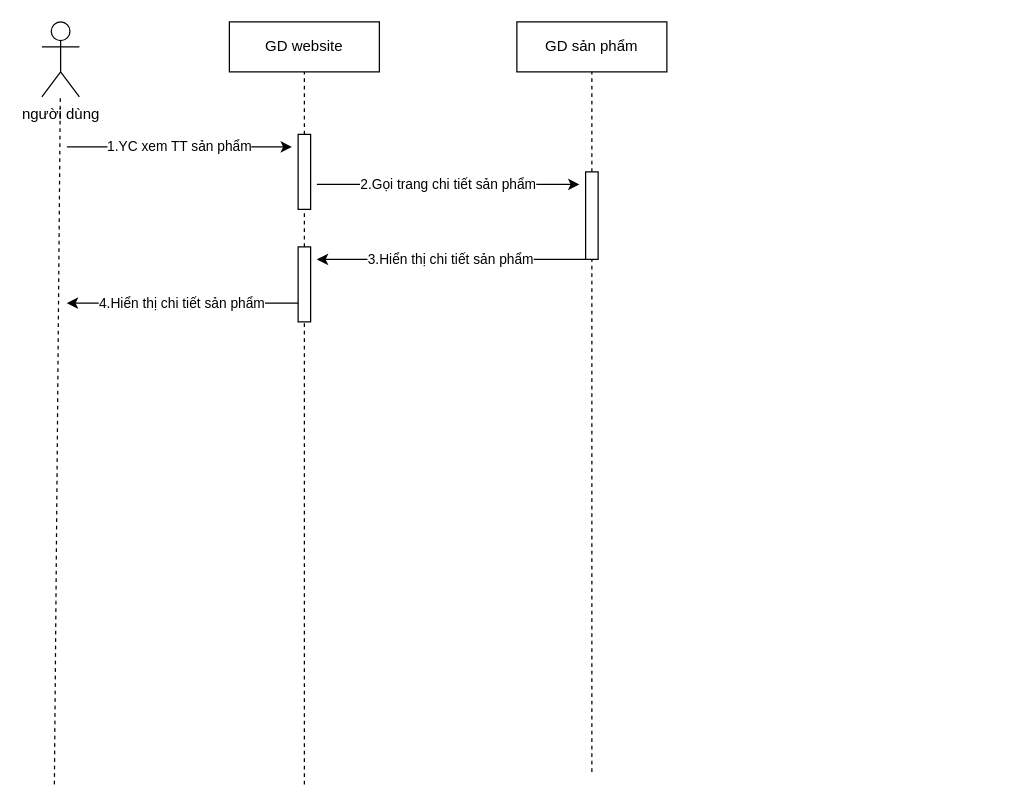
Before: page "Trang-2" (2 of 3) of sequnece.drawio in trucka312/diagram, a draw.io diagram. Source tidied: cells renumbered, new cells numbered last; positions are measured from the earlier drawing's top-left corner, leaving out a move shared by most shapes. Both pictures are drawn from the tidied source at 125%, with x=0, y=0 at pixel (41, 21).
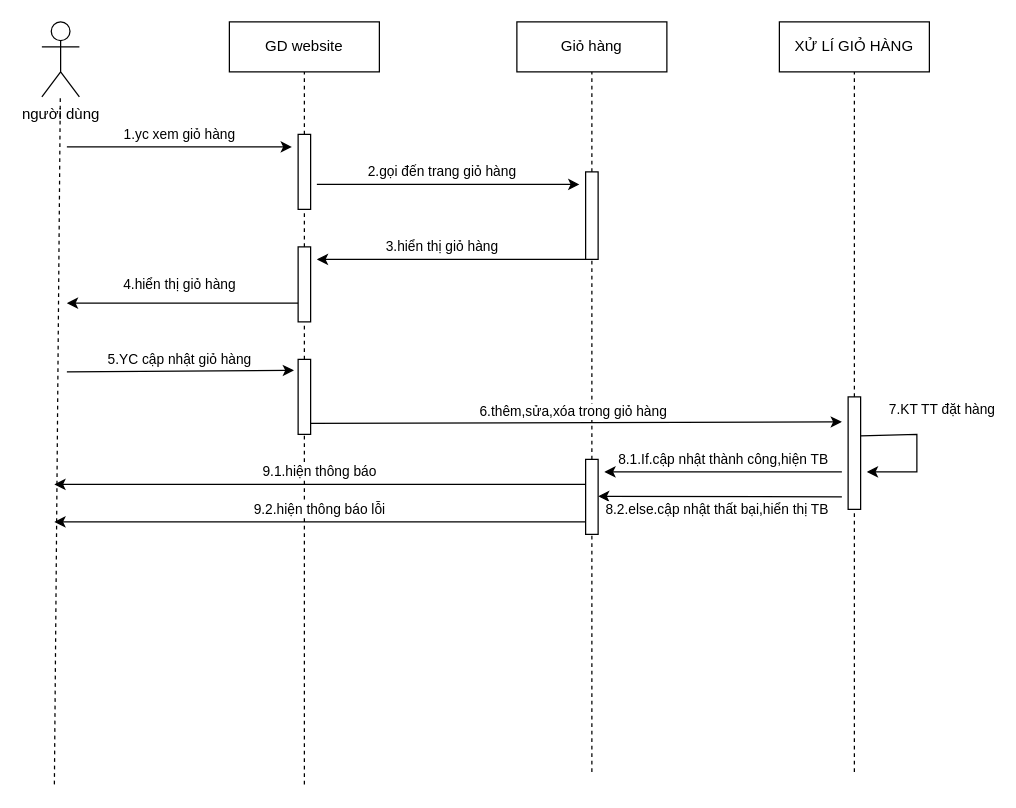
The same diagram, later.

Commit message (it also covers changes not shown here):
Cập nhật sequnece.drawio

Unchanged cells that the change refers to:
```xml
<mxCell id="12" style="rounded=0;whiteSpace=wrap;html=1;" parent="1" vertex="1">
  <mxGeometry x="435" y="120" width="10" height="70" as="geometry" />
</mxCell>
<mxCell id="15" style="rounded=0;whiteSpace=wrap;html=1;" parent="1" vertex="1">
  <mxGeometry x="205" y="180" width="10" height="60" as="geometry" />
</mxCell>
```

Diff of the diagram source:
```diff
@@
-    <mxCell id="4" value="GD sản phẩm" style="rounded=0;whiteSpace=wrap;html=1;" parent="1" vertex="1">
+    <mxCell id="4" value="Giỏ hàng" style="rounded=0;whiteSpace=wrap;html=1;" parent="1" vertex="1">
       <mxGeometry x="380" width="120" height="40" as="geometry" />
     </mxCell>
@@
-    <mxCell id="8" value="1.YC xem TT sản phẩm" style="endArrow=classic;html=1;rounded=0;" parent="1" edge="1">
-      <mxGeometry relative="1" as="geometry">
+    <mxCell id="8" value="1.yc xem giỏ hàng" style="endArrow=classic;html=1;rounded=0;" parent="1" edge="1">
+      <mxGeometry y="10" relative="1" as="geometry">
         <mxPoint x="20" y="100" as="sourcePoint" />
         <mxPoint x="200" y="100" as="targetPoint" />
       </mxGeometry>
     </mxCell>
@@
-    <mxCell id="11" value="2.Gọi trang chi tiết sản phẩm" style="endArrow=classic;html=1;rounded=0;" parent="1" edge="1">
-      <mxGeometry relative="1" as="geometry">
+    <mxCell id="11" value="2.gọi đến trang giỏ hàng" style="endArrow=classic;html=1;rounded=0;" parent="1" edge="1">
+      <mxGeometry x="-0.05" y="10" relative="1" as="geometry">
         <mxPoint x="220" y="130" as="sourcePoint" />
         <mxPoint x="430" y="130" as="targetPoint" />
       </mxGeometry>
     </mxCell>
@@
-    <mxCell id="13" style="endArrow=none;dashed=1;html=1;rounded=0;entryX=0.5;entryY=1;entryDx=0;entryDy=0;" parent="1" edge="1" target="12">
-      <mxGeometry relative="1" as="geometry">
-        <mxPoint x="440" y="600" as="sourcePoint" />
-      </mxGeometry>
+    <mxCell id="13" style="endArrow=none;dashed=1;html=1;rounded=0;entryX=0.5;entryY=1;entryDx=0;entryDy=0;startArrow=none;" parent="1" edge="1" source="28" target="12">
+      <mxGeometry relative="1" as="geometry" />
     </mxCell>
-    <mxCell id="14" value="3.Hiển thị chi tiết sản phẩm" style="endArrow=classic;html=1;rounded=0;" parent="1" edge="1">
-      <mxGeometry relative="1" as="geometry">
+    <mxCell id="14" value="3.hiển thị giỏ hàng" style="endArrow=classic;html=1;rounded=0;" parent="1" edge="1">
+      <mxGeometry x="0.07" y="-10" relative="1" as="geometry">
         <mxPoint x="435" y="190" as="sourcePoint" />
         <mxPoint x="220" y="190" as="targetPoint" />
       </mxGeometry>
     </mxCell>
@@
-    <mxCell id="16" style="endArrow=none;dashed=1;html=1;rounded=0;entryX=0.5;entryY=1;entryDx=0;entryDy=0;" parent="1" edge="1" target="15">
-      <mxGeometry relative="1" as="geometry">
-        <mxPoint x="210" y="610" as="sourcePoint" />
-      </mxGeometry>
+    <mxCell id="16" style="endArrow=none;dashed=1;html=1;rounded=0;entryX=0.5;entryY=1;entryDx=0;entryDy=0;startArrow=none;" parent="1" edge="1" source="20" target="15">
+      <mxGeometry relative="1" as="geometry" />
     </mxCell>
-    <mxCell id="17" value="4.Hiển thị chi tiết sản phẩm" style="endArrow=classic;html=1;rounded=0;exitX=0;exitY=0.75;exitDx=0;exitDy=0;" parent="1" edge="1" source="15">
-      <mxGeometry relative="1" as="geometry">
+    <mxCell id="17" value="4.hiển thị giỏ hàng" style="endArrow=classic;html=1;rounded=0;exitX=0;exitY=0.75;exitDx=0;exitDy=0;" parent="1" edge="1" source="15">
+      <mxGeometry x="0.03" y="-15" relative="1" as="geometry">
         <mxPoint x="20" y="225" as="targetPoint" />
       </mxGeometry>
     </mxCell>
+    <mxCell id="18" value="XỬ LÍ GIỎ HÀNG" style="rounded=0;whiteSpace=wrap;html=1;" parent="1" vertex="1">
+      <mxGeometry x="590" width="120" height="40" as="geometry" />
+    </mxCell>
+    <mxCell id="19" value="5.YC cập nhật giỏ hàng" style="endArrow=classic;html=1;rounded=0;entryX=-0.333;entryY=0.146;entryDx=0;entryDy=0;entryPerimeter=0;" parent="1" edge="1" target="20">
+      <mxGeometry x="-0.01" y="9" relative="1" as="geometry">
+        <mxPoint x="20" y="280" as="sourcePoint" />
+      </mxGeometry>
+    </mxCell>
+    <mxCell id="20" style="rounded=0;whiteSpace=wrap;html=1;" parent="1" vertex="1">
+      <mxGeometry x="205" y="270" width="10" height="60" as="geometry" />
+    </mxCell>
+    <mxCell id="21" style="endArrow=none;dashed=1;html=1;rounded=0;entryX=0.5;entryY=1;entryDx=0;entryDy=0;" parent="1" edge="1" target="20">
+      <mxGeometry relative="1" as="geometry">
+        <mxPoint x="210" y="610" as="sourcePoint" />
+      </mxGeometry>
+    </mxCell>
+    <mxCell id="22" value="6.thêm,sửa,xóa trong giỏ hàng" style="endArrow=classic;html=1;rounded=0;" parent="1" edge="1">
+      <mxGeometry x="-0.01" y="9" relative="1" as="geometry">
+        <mxPoint x="215" y="321.2" as="sourcePoint" />
+        <mxPoint x="640" y="320" as="targetPoint" />
+      </mxGeometry>
+    </mxCell>
+    <mxCell id="23" style="endArrow=none;dashed=1;html=1;rounded=0;entryX=0.5;entryY=1;entryDx=0;entryDy=0;startArrow=none;" parent="1" edge="1" source="24" target="18">
+      <mxGeometry relative="1" as="geometry" />
+    </mxCell>
+    <mxCell id="24" style="rounded=0;whiteSpace=wrap;html=1;" parent="1" vertex="1">
+      <mxGeometry x="645" y="300" width="10" height="90" as="geometry" />
+    </mxCell>
+    <mxCell id="25" style="endArrow=none;dashed=1;html=1;rounded=0;entryX=0.5;entryY=1;entryDx=0;entryDy=0;" parent="1" edge="1" target="24">
+      <mxGeometry relative="1" as="geometry">
+        <mxPoint x="650" y="600" as="sourcePoint" />
+      </mxGeometry>
+    </mxCell>
+    <mxCell id="26" value="7.KT TT đặt hàng" style="endArrow=classic;html=1;rounded=0;" parent="1" edge="1">
+      <mxGeometry x="-0.22" y="28" relative="1" as="geometry">
+        <mxPoint x="655" y="331.2" as="sourcePoint" />
+        <mxPoint x="660" y="360" as="targetPoint" />
+        <Array as="points">
+          <mxPoint x="700" y="330" />
+          <mxPoint x="700" y="360" />
+        </Array>
+        <mxPoint x="-8" y="-20" as="offset" />
+      </mxGeometry>
+    </mxCell>
+    <mxCell id="27" value="8.1.If.cập nhật thành công,hiện TB" style="endArrow=classic;html=1;rounded=0;" parent="1" edge="1">
+      <mxGeometry y="-10" relative="1" as="geometry">
+        <mxPoint x="640" y="360" as="sourcePoint" />
+        <mxPoint x="450" y="360" as="targetPoint" />
+      </mxGeometry>
+    </mxCell>
+    <mxCell id="28" style="rounded=0;whiteSpace=wrap;html=1;" parent="1" vertex="1">
+      <mxGeometry x="435" y="350" width="10" height="60" as="geometry" />
+    </mxCell>
+    <mxCell id="29" style="endArrow=none;dashed=1;html=1;rounded=0;entryX=0.5;entryY=1;entryDx=0;entryDy=0;" parent="1" edge="1" target="28">
+      <mxGeometry relative="1" as="geometry">
+        <mxPoint x="440" y="600" as="sourcePoint" />
+      </mxGeometry>
+    </mxCell>
+    <mxCell id="30" value="8.2.else.cập nhật thất bại,hiển thị TB" style="endArrow=classic;html=1;rounded=0;" parent="1" edge="1">
+      <mxGeometry x="0.03" y="10" relative="1" as="geometry">
+        <mxPoint x="640" y="380" as="sourcePoint" />
+        <mxPoint x="445" y="379.5" as="targetPoint" />
+      </mxGeometry>
+    </mxCell>
+    <mxCell id="31" value="9.1.hiện thông báo" style="endArrow=classic;html=1;rounded=0;exitX=0.5;exitY=0.857;exitDx=0;exitDy=0;exitPerimeter=0;" parent="1" edge="1">
+      <mxGeometry y="-10" relative="1" as="geometry">
+        <mxPoint x="435" y="370" as="sourcePoint" />
+        <mxPoint x="10" y="370" as="targetPoint" />
+        <Array as="points">
+          <mxPoint x="345" y="370" />
+        </Array>
+      </mxGeometry>
+    </mxCell>
+    <mxCell id="32" value="9.2.hiện thông báo lỗi" style="endArrow=classic;html=1;rounded=0;exitX=0.5;exitY=0.857;exitDx=0;exitDy=0;exitPerimeter=0;" parent="1" edge="1">
+      <mxGeometry y="-10" relative="1" as="geometry">
+        <mxPoint x="435" y="400" as="sourcePoint" />
+        <mxPoint x="10" y="400" as="targetPoint" />
+        <Array as="points">
+          <mxPoint x="345" y="400" />
+        </Array>
+      </mxGeometry>
+    </mxCell>
```
